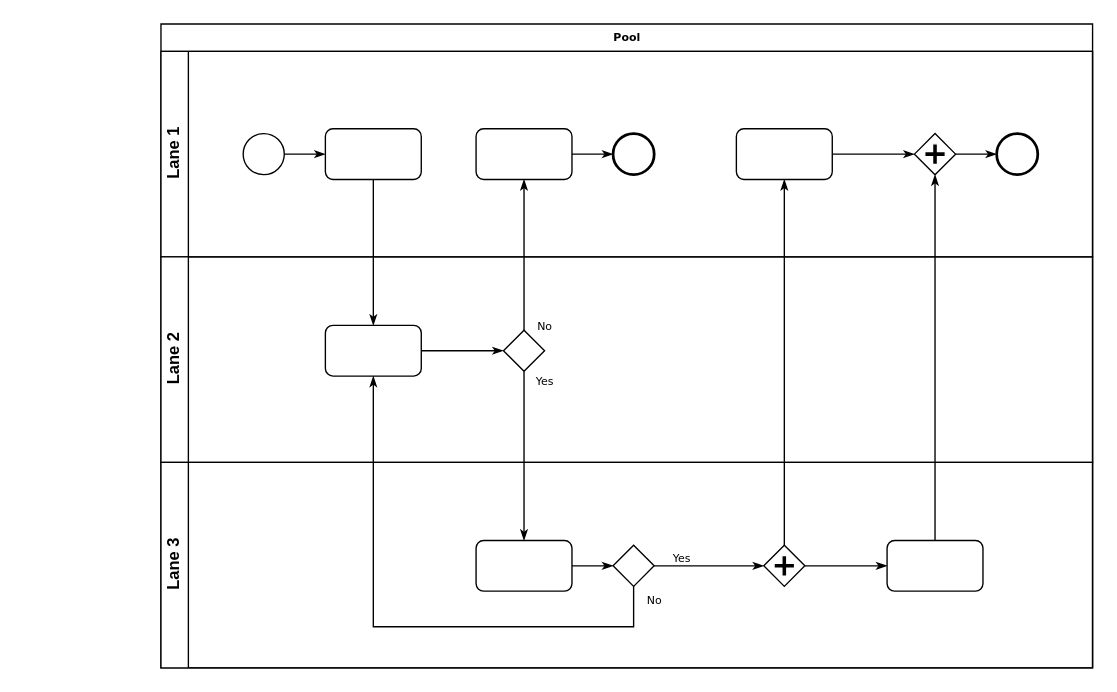
The draw.io diagram Untitled Diagram.drawio in smileLuckBoy/tyt, before the edit. Source tidied: cells renumbered, new cells numbered last; positions are measured from the earlier drawing's top-left corner, leaving out a move shared by most shapes. Both pictures are drawn from the tidied source at 137%, with x=0, y=0 at pixel (160, 23).
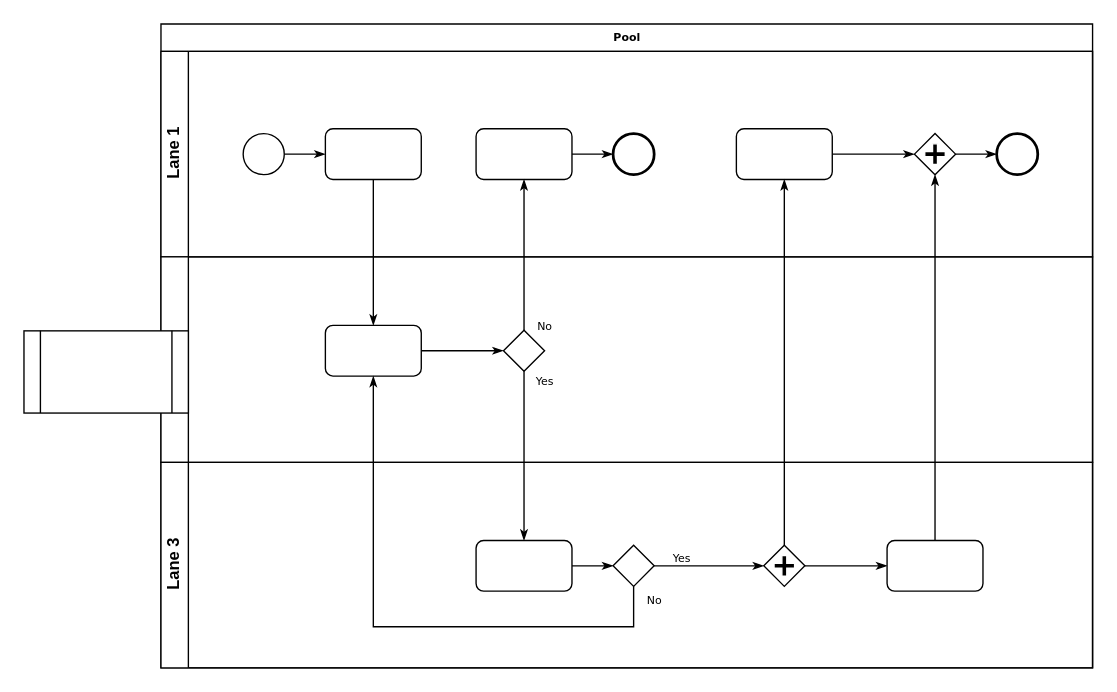
Above is the later version.

Change to the diagram source:
```diff
@@
+    <mxCell id="33" style="shape=process;whiteSpace=wrap;html=1;backgroundOutline=1;" parent="1" vertex="1">
+      <mxGeometry x="-100" y="224" width="120" height="60" as="geometry" />
+    </mxCell>
```
